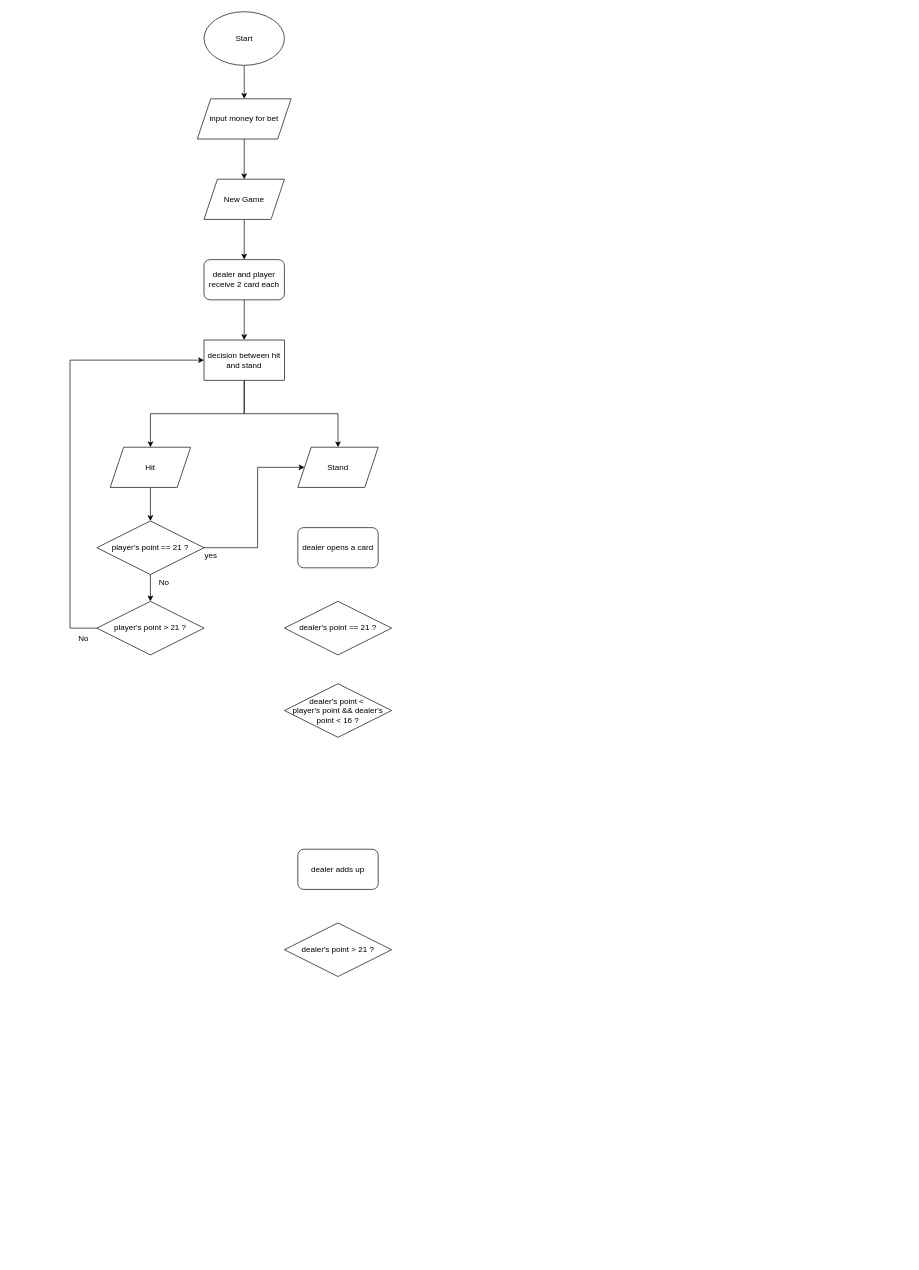
Before: Untitled Diagram.drawio in LeeLokHinBruce/BlackJack, a draw.io diagram. Source tidied: cells renumbered, new cells numbered last; positions are measured from the earlier drawing's top-left corner, leaving out a move shared by most shapes. Both pictures are drawn from the tidied source at 67%, with x=0, y=0 at pixel (70, 11).
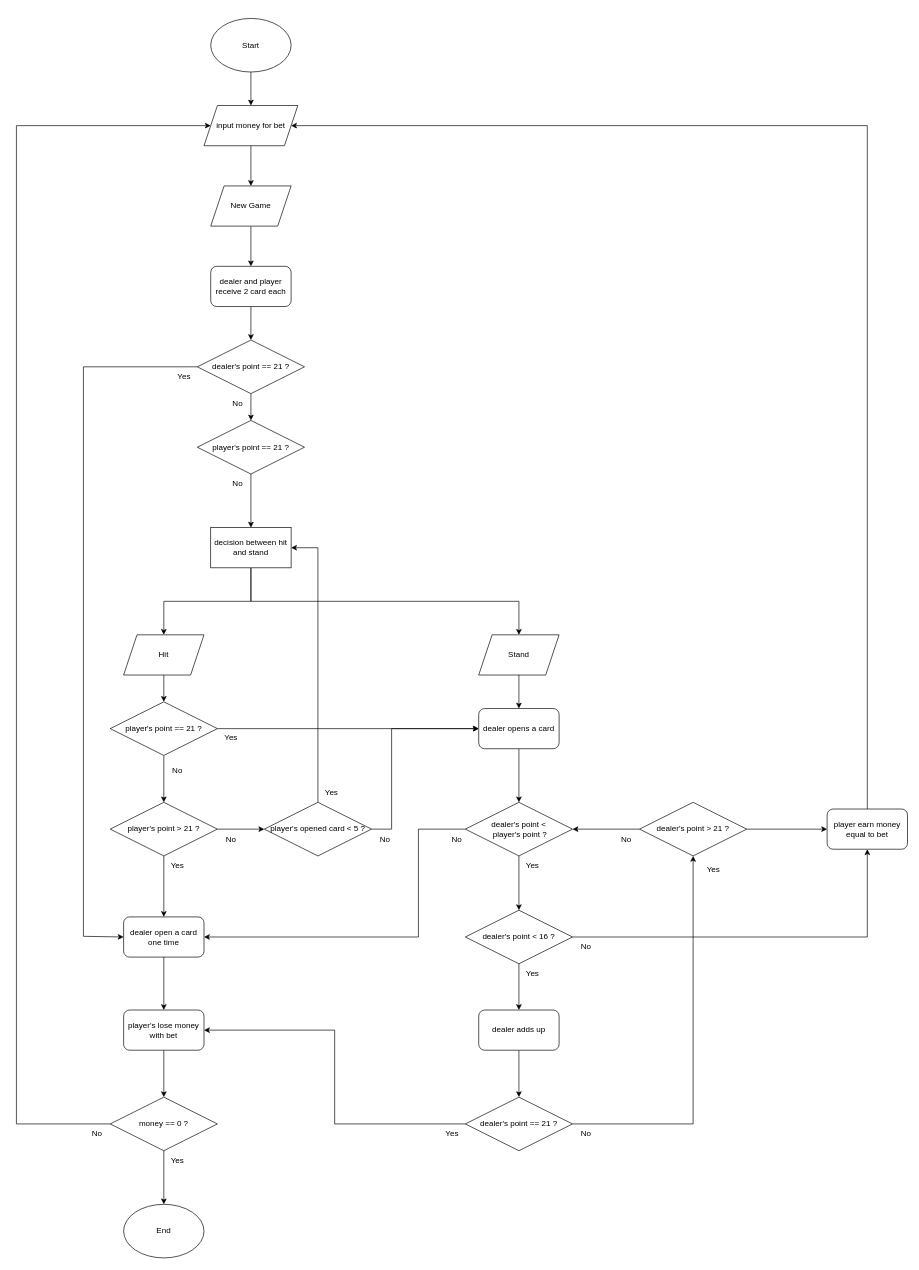
The same diagram, later.

The edit, as a diff of the source:
```diff
@@
     <mxCell id="3" value="Start" style="ellipse;whiteSpace=wrap;html=1;" parent="1" vertex="1">
-      <mxGeometry x="200" width="120" height="80" as="geometry" />
+      <mxGeometry x="210" y="10" width="120" height="80" as="geometry" />
     </mxCell>
@@
     <mxCell id="5" value="New Game" style="shape=parallelogram;perimeter=parallelogramPerimeter;whiteSpace=wrap;html=1;fixedSize=1;" parent="1" vertex="1">
-      <mxGeometry x="200" y="250" width="120" height="60" as="geometry" />
+      <mxGeometry x="210" y="260" width="120" height="60" as="geometry" />
     </mxCell>
@@
     <mxCell id="7" value="input money for bet" style="shape=parallelogram;perimeter=parallelogramPerimeter;whiteSpace=wrap;html=1;fixedSize=1;" parent="1" vertex="1">
-      <mxGeometry x="190" y="130" width="140" height="60" as="geometry" />
+      <mxGeometry x="200" y="140" width="140" height="60" as="geometry" />
     </mxCell>
-    <mxCell id="8" style="edgeStyle=orthogonalEdgeStyle;rounded=0;jettySize=auto;html=1;" parent="1" edge="1" source="9" target="25">
-      <mxGeometry relative="1" as="geometry" />
-    </mxCell>
+    <mxCell id="29" style="edgeStyle=orthogonalEdgeStyle;rounded=0;jettySize=auto;html=1;" parent="1" edge="1" source="9" target="50">
+      <mxGeometry relative="1" as="geometry" />
+    </mxCell>
     <mxCell id="9" value="dealer and player receive 2 card each" style="rounded=1;whiteSpace=wrap;html=1;" parent="1" vertex="1">
-      <mxGeometry x="200" y="370" width="120" height="60" as="geometry" />
+      <mxGeometry x="210" y="380" width="120" height="60" as="geometry" />
     </mxCell>
@@
     <mxCell id="11" value="Hit" style="shape=parallelogram;perimeter=parallelogramPerimeter;whiteSpace=wrap;html=1;fixedSize=1;" parent="1" vertex="1">
-      <mxGeometry x="60" y="650" width="120" height="60" as="geometry" />
+      <mxGeometry x="80" y="930" width="120" height="60" as="geometry" />
     </mxCell>
+    <mxCell id="30" style="edgeStyle=orthogonalEdgeStyle;rounded=0;jettySize=auto;html=1;entryX=0.5;entryY=0;entryDx=0;entryDy=0;" parent="1" edge="1" source="12" target="27">
+      <mxGeometry relative="1" as="geometry" />
+    </mxCell>
     <mxCell id="12" value="Stand" style="shape=parallelogram;perimeter=parallelogramPerimeter;whiteSpace=wrap;html=1;fixedSize=1;" parent="1" vertex="1">
-      <mxGeometry x="340" y="650" width="120" height="60" as="geometry" />
+      <mxGeometry x="610" y="930" width="120" height="60" as="geometry" />
     </mxCell>
-    <mxCell id="13" style="edgeStyle=orthogonalEdgeStyle;rounded=0;jettySize=auto;html=1;entryX=0;entryY=0.5;entryDx=0;entryDy=0;" parent="1" edge="1" source="14" target="25">
-      <mxGeometry relative="1" as="geometry">
-        <Array as="points">
-          <mxPoint y="920" />
-          <mxPoint y="520" />
-        </Array>
-      </mxGeometry>
-    </mxCell>
+    <mxCell id="31" style="edgeStyle=orthogonalEdgeStyle;rounded=0;jettySize=auto;html=1;" parent="1" edge="1" source="14" target="41">
+      <mxGeometry relative="1" as="geometry" />
+    </mxCell>
+    <mxCell id="32" style="edgeStyle=orthogonalEdgeStyle;rounded=0;jettySize=auto;html=1;" parent="1" edge="1" source="14" target="77">
+      <mxGeometry relative="1" as="geometry" />
+    </mxCell>
     <mxCell id="14" value="player's point &amp;gt; 21 ?" style="rhombus;whiteSpace=wrap;html=1;" parent="1" vertex="1">
-      <mxGeometry x="40" y="880" width="160" height="80" as="geometry" />
+      <mxGeometry x="60" y="1180" width="160" height="80" as="geometry" />
     </mxCell>
-    <mxCell id="15" style="edgeStyle=orthogonalEdgeStyle;rounded=0;jettySize=auto;html=1;entryX=0;entryY=0.5;entryDx=0;entryDy=0;" parent="1" edge="1" source="17" target="12">
-      <mxGeometry relative="1" as="geometry">
-        <Array as="points">
-          <mxPoint x="280" y="800" />
-          <mxPoint x="280" y="680" />
-        </Array>
-      </mxGeometry>
-    </mxCell>
@@
+    <mxCell id="33" style="edgeStyle=orthogonalEdgeStyle;rounded=0;jettySize=auto;html=1;entryX=0;entryY=0.5;entryDx=0;entryDy=0;" parent="1" edge="1" source="17" target="27">
+      <mxGeometry relative="1" as="geometry" />
+    </mxCell>
     <mxCell id="17" value="player's point == 21 ?" style="rhombus;whiteSpace=wrap;html=1;" parent="1" vertex="1">
-      <mxGeometry x="40" y="760" width="160" height="80" as="geometry" />
+      <mxGeometry x="60" y="1030" width="160" height="80" as="geometry" />
     </mxCell>
+    <mxCell id="34" style="edgeStyle=orthogonalEdgeStyle;rounded=0;jettySize=auto;html=1;" parent="1" edge="1" source="18" target="61">
+      <mxGeometry relative="1" as="geometry" />
+    </mxCell>
+    <mxCell id="35" style="edgeStyle=orthogonalEdgeStyle;rounded=0;jettySize=auto;html=1;entryX=0;entryY=0.5;entryDx=0;entryDy=0;" parent="1" edge="1" source="18" target="66">
+      <mxGeometry relative="1" as="geometry" />
+    </mxCell>
     <mxCell id="18" value="dealer's point &amp;gt; 21 ?" style="rhombus;whiteSpace=wrap;html=1;" parent="1" vertex="1">
-      <mxGeometry x="320" y="1360" width="160" height="80" as="geometry" />
+      <mxGeometry x="850" y="1180" width="160" height="80" as="geometry" />
     </mxCell>
+    <mxCell id="36" style="edgeStyle=orthogonalEdgeStyle;rounded=0;jettySize=auto;html=1;" parent="1" edge="1" source="19" target="70">
+      <mxGeometry relative="1" as="geometry" />
+    </mxCell>
     <mxCell id="19" value="dealer adds up" style="rounded=1;whiteSpace=wrap;html=1;" parent="1" vertex="1">
-      <mxGeometry x="340" y="1250" width="120" height="60" as="geometry" />
+      <mxGeometry x="610" y="1490" width="120" height="60" as="geometry" />
     </mxCell>
+    <mxCell id="37" style="edgeStyle=orthogonalEdgeStyle;rounded=0;jettySize=auto;html=1;" parent="1" edge="1" source="20" target="19">
+      <mxGeometry relative="1" as="geometry" />
+    </mxCell>
+    <mxCell id="38" style="edgeStyle=orthogonalEdgeStyle;rounded=0;jettySize=auto;html=1;entryX=0.5;entryY=1;entryDx=0;entryDy=0;" parent="1" edge="1" source="20" target="66">
+      <mxGeometry relative="1" as="geometry" />
+    </mxCell>
-    <mxCell id="20" value="dealer's point &amp;lt;&amp;nbsp;&lt;br&gt;player's point &amp;amp;&amp;amp; dealer's point &amp;lt;&amp;nbsp;16 ?" style="rhombus;whiteSpace=wrap;html=1;" parent="1" vertex="1">
-      <mxGeometry x="320" y="1003" width="160" height="80" as="geometry" />
+    <mxCell id="20" value="dealer's point &amp;lt;&amp;nbsp;16 ?" style="rhombus;whiteSpace=wrap;html=1;" parent="1" vertex="1">
+      <mxGeometry x="590" y="1341" width="160" height="80" as="geometry" />
     </mxCell>
-    <mxCell id="21" value="yes" style="text;html=1;align=center;verticalAlign=middle;strokeColor=none;fillColor=none;" parent="1" vertex="1">
-      <mxGeometry x="190" y="797" width="40" height="30" as="geometry" />
-    </mxCell>
     <mxCell id="22" value="No" style="text;html=1;align=center;verticalAlign=middle;strokeColor=none;fillColor=none;" parent="1" vertex="1">
-      <mxGeometry x="120" y="837" width="40" height="30" as="geometry" />
+      <mxGeometry x="140" y="1117" width="40" height="30" as="geometry" />
     </mxCell>
@@
     <mxCell id="25" value="decision between hit and stand" style="rounded=0;whiteSpace=wrap;html=1;" parent="1" vertex="1">
-      <mxGeometry x="200" y="490" width="120" height="60" as="geometry" />
+      <mxGeometry x="210" y="770" width="120" height="60" as="geometry" />
     </mxCell>
+    <mxCell id="39" style="edgeStyle=orthogonalEdgeStyle;rounded=0;jettySize=auto;html=1;" parent="1" edge="1" source="27" target="61">
+      <mxGeometry relative="1" as="geometry" />
+    </mxCell>
+    <mxCell id="27" value="dealer opens a card" style="rounded=1;whiteSpace=wrap;html=1;" parent="1" vertex="1">
+      <mxGeometry x="610" y="1040" width="120" height="60" as="geometry" />
+    </mxCell>
+    <mxCell id="40" style="edgeStyle=orthogonalEdgeStyle;rounded=0;jettySize=auto;html=1;" parent="1" edge="1" source="41" target="47">
+      <mxGeometry relative="1" as="geometry" />
+    </mxCell>
+    <mxCell id="41" value="dealer open a card one time" style="rounded=1;whiteSpace=wrap;html=1;" parent="1" vertex="1">
+      <mxGeometry x="80" y="1351" width="120" height="60" as="geometry" />
+    </mxCell>
+    <mxCell id="42" value="End" style="ellipse;whiteSpace=wrap;html=1;" parent="1" vertex="1">
+      <mxGeometry x="80" y="1780" width="120" height="80" as="geometry" />
+    </mxCell>
+    <mxCell id="43" style="edgeStyle=orthogonalEdgeStyle;rounded=0;jettySize=auto;html=1;" parent="1" edge="1" source="45" target="42">
+      <mxGeometry relative="1" as="geometry" />
+    </mxCell>
+    <mxCell id="44" style="edgeStyle=orthogonalEdgeStyle;rounded=0;jettySize=auto;html=1;entryX=0;entryY=0.5;entryDx=0;entryDy=0;" parent="1" edge="1" source="45" target="7">
+      <mxGeometry relative="1" as="geometry">
+        <Array as="points">
+          <mxPoint x="-80" y="1660" />
+          <mxPoint x="-80" y="170" />
+        </Array>
+      </mxGeometry>
+    </mxCell>
+    <mxCell id="45" value="money == 0 ?" style="rhombus;whiteSpace=wrap;html=1;" parent="1" vertex="1">
+      <mxGeometry x="60" y="1620" width="160" height="80" as="geometry" />
+    </mxCell>
+    <mxCell id="46" style="edgeStyle=orthogonalEdgeStyle;rounded=0;jettySize=auto;html=1;" parent="1" edge="1" source="47" target="45">
+      <mxGeometry relative="1" as="geometry" />
+    </mxCell>
+    <mxCell id="47" value="player's lose money with bet" style="rounded=1;whiteSpace=wrap;html=1;" parent="1" vertex="1">
+      <mxGeometry x="80" y="1490" width="120" height="60" as="geometry" />
+    </mxCell>
+    <mxCell id="48" style="edgeStyle=orthogonalEdgeStyle;rounded=0;jettySize=auto;html=1;entryX=0;entryY=0.5;entryDx=0;entryDy=0;" parent="1" edge="1" source="50" target="41">
+      <mxGeometry relative="1" as="geometry">
+        <Array as="points">
+          <mxPoint x="20" y="530" />
+          <mxPoint x="20" y="1380" />
+          <mxPoint x="80" y="1380" />
+        </Array>
+      </mxGeometry>
+    </mxCell>
+    <mxCell id="49" style="edgeStyle=orthogonalEdgeStyle;rounded=0;jettySize=auto;html=1;" parent="1" edge="1" source="50" target="52">
+      <mxGeometry relative="1" as="geometry" />
+    </mxCell>
+    <mxCell id="50" value="dealer's point == 21 ?" style="rhombus;whiteSpace=wrap;html=1;" parent="1" vertex="1">
+      <mxGeometry x="190" y="490" width="160" height="80" as="geometry" />
+    </mxCell>
+    <mxCell id="51" style="edgeStyle=orthogonalEdgeStyle;rounded=0;jettySize=auto;html=1;" parent="1" edge="1" source="52" target="25">
+      <mxGeometry relative="1" as="geometry" />
+    </mxCell>
+    <mxCell id="52" value="player's point == 21 ?" style="rhombus;whiteSpace=wrap;html=1;" parent="1" vertex="1">
+      <mxGeometry x="190" y="610" width="160" height="80" as="geometry" />
+    </mxCell>
+    <mxCell id="53" value="Yes" style="text;html=1;align=center;verticalAlign=middle;strokeColor=none;fillColor=none;" parent="1" vertex="1">
+      <mxGeometry x="150" y="530" width="40" height="30" as="geometry" />
+    </mxCell>
+    <mxCell id="54" value="No" style="text;html=1;align=center;verticalAlign=middle;strokeColor=none;fillColor=none;" parent="1" vertex="1">
+      <mxGeometry x="230" y="690" width="40" height="30" as="geometry" />
+    </mxCell>
+    <mxCell id="55" value="No" style="text;html=1;align=center;verticalAlign=middle;strokeColor=none;fillColor=none;" parent="1" vertex="1">
+      <mxGeometry x="230" y="570" width="40" height="30" as="geometry" />
+    </mxCell>
+    <mxCell id="56" value="Yes" style="text;html=1;align=center;verticalAlign=middle;strokeColor=none;fillColor=none;" parent="1" vertex="1">
+      <mxGeometry x="140" y="1260" width="40" height="30" as="geometry" />
+    </mxCell>
     <mxCell id="26" value="No" style="text;html=1;align=center;verticalAlign=middle;strokeColor=none;fillColor=none;" parent="1" vertex="1">
-      <mxGeometry y="920" width="40" height="30" as="geometry" />
+      <mxGeometry x="220" y="1220" width="40" height="30" as="geometry" />
     </mxCell>
-    <mxCell id="27" value="dealer opens a card" style="rounded=1;whiteSpace=wrap;html=1;" parent="1" vertex="1">
-      <mxGeometry x="340" y="770" width="120" height="60" as="geometry" />
-    </mxCell>
-    <mxCell id="28" value="dealer's point == 21 ?" style="rhombus;whiteSpace=wrap;html=1;" parent="1" vertex="1">
-      <mxGeometry x="320" y="880" width="160" height="80" as="geometry" />
-    </mxCell>
+    <mxCell id="57" value="No" style="text;html=1;align=center;verticalAlign=middle;strokeColor=none;fillColor=none;" parent="1" vertex="1">
+      <mxGeometry x="20" y="1660" width="40" height="30" as="geometry" />
+    </mxCell>
+    <mxCell id="58" value="Yes" style="text;html=1;align=center;verticalAlign=middle;strokeColor=none;fillColor=none;" parent="1" vertex="1">
+      <mxGeometry x="140" y="1700" width="40" height="30" as="geometry" />
+    </mxCell>
+    <mxCell id="59" style="edgeStyle=orthogonalEdgeStyle;rounded=0;jettySize=auto;html=1;" parent="1" edge="1" source="61" target="20">
+      <mxGeometry relative="1" as="geometry" />
+    </mxCell>
+    <mxCell id="60" style="edgeStyle=orthogonalEdgeStyle;rounded=0;jettySize=auto;html=1;entryX=1;entryY=0.5;entryDx=0;entryDy=0;" parent="1" edge="1" source="61" target="41">
+      <mxGeometry relative="1" as="geometry">
+        <Array as="points">
+          <mxPoint x="520" y="1220" />
+          <mxPoint x="520" y="1381" />
+        </Array>
+      </mxGeometry>
+    </mxCell>
+    <mxCell id="61" value="dealer's point &amp;lt;&lt;br&gt;&amp;nbsp;player's point ?" style="rhombus;whiteSpace=wrap;html=1;" parent="1" vertex="1">
+      <mxGeometry x="590" y="1180" width="160" height="80" as="geometry" />
+    </mxCell>
+    <mxCell id="62" value="No" style="text;html=1;align=center;verticalAlign=middle;strokeColor=none;fillColor=none;" parent="1" vertex="1">
+      <mxGeometry x="557" y="1220" width="40" height="30" as="geometry" />
+    </mxCell>
+    <mxCell id="63" value="Yes" style="text;html=1;align=center;verticalAlign=middle;strokeColor=none;fillColor=none;" parent="1" vertex="1">
+      <mxGeometry x="670" y="1260" width="40" height="30" as="geometry" />
+    </mxCell>
+    <mxCell id="64" value="Yes" style="text;html=1;align=center;verticalAlign=middle;strokeColor=none;fillColor=none;" parent="1" vertex="1">
+      <mxGeometry x="670" y="1421" width="40" height="30" as="geometry" />
+    </mxCell>
+    <mxCell id="65" style="edgeStyle=orthogonalEdgeStyle;rounded=0;jettySize=auto;html=1;entryX=1;entryY=0.5;entryDx=0;entryDy=0;" parent="1" edge="1" source="66" target="7">
+      <mxGeometry relative="1" as="geometry">
+        <Array as="points">
+          <mxPoint x="1190" y="170" />
+        </Array>
+      </mxGeometry>
+    </mxCell>
+    <mxCell id="66" value="player earn money equal to bet" style="rounded=1;whiteSpace=wrap;html=1;" parent="1" vertex="1">
+      <mxGeometry x="1130" y="1190" width="120" height="60" as="geometry" />
+    </mxCell>
+    <mxCell id="67" style="edgeStyle=orthogonalEdgeStyle;rounded=0;orthogonalLoop=1;jettySize=auto;html=1;entryX=0.5;entryY=1;entryDx=0;entryDy=0;" parent="1" edge="1">
+      <mxGeometry relative="1" as="geometry">
+        <mxPoint x="1" y="310" as="targetPoint" />
+      </mxGeometry>
+    </mxCell>
+    <mxCell id="68" style="edgeStyle=orthogonalEdgeStyle;rounded=0;jettySize=auto;html=1;entryX=1;entryY=0.5;entryDx=0;entryDy=0;" parent="1" edge="1" source="70" target="47">
+      <mxGeometry relative="1" as="geometry" />
+    </mxCell>
+    <mxCell id="69" style="edgeStyle=orthogonalEdgeStyle;rounded=0;jettySize=auto;html=1;entryX=0.5;entryY=1;entryDx=0;entryDy=0;" parent="1" edge="1" source="70" target="18">
+      <mxGeometry relative="1" as="geometry" />
+    </mxCell>
+    <mxCell id="70" value="dealer's point == 21 ?" style="rhombus;whiteSpace=wrap;html=1;" parent="1" vertex="1">
+      <mxGeometry x="590" y="1620" width="160" height="80" as="geometry" />
+    </mxCell>
+    <mxCell id="71" value="Yes" style="text;html=1;align=center;verticalAlign=middle;strokeColor=none;fillColor=none;" parent="1" vertex="1">
+      <mxGeometry x="220" y="1069" width="40" height="30" as="geometry" />
+    </mxCell>
+    <mxCell id="72" value="Yes" style="text;html=1;align=center;verticalAlign=middle;strokeColor=none;fillColor=none;" parent="1" vertex="1">
+      <mxGeometry x="550" y="1660" width="40" height="30" as="geometry" />
+    </mxCell>
+    <mxCell id="73" value="No" style="text;html=1;align=center;verticalAlign=middle;strokeColor=none;fillColor=none;" parent="1" vertex="1">
+      <mxGeometry x="750" y="1660" width="40" height="30" as="geometry" />
+    </mxCell>
+    <mxCell id="74" value="No" style="text;html=1;align=center;verticalAlign=middle;strokeColor=none;fillColor=none;" parent="1" vertex="1">
+      <mxGeometry x="810" y="1220" width="40" height="30" as="geometry" />
+    </mxCell>
+    <mxCell id="75" style="edgeStyle=orthogonalEdgeStyle;rounded=0;jettySize=auto;html=1;entryX=0;entryY=0.5;entryDx=0;entryDy=0;" parent="1" edge="1" source="77" target="27">
+      <mxGeometry relative="1" as="geometry">
+        <Array as="points">
+          <mxPoint x="480" y="1220" />
+          <mxPoint x="480" y="1070" />
+        </Array>
+      </mxGeometry>
+    </mxCell>
+    <mxCell id="76" style="edgeStyle=orthogonalEdgeStyle;rounded=0;jettySize=auto;html=1;entryX=1;entryY=0.5;entryDx=0;entryDy=0;" parent="1" edge="1" source="77" target="25">
+      <mxGeometry relative="1" as="geometry" />
+    </mxCell>
+    <mxCell id="77" value="player's opened card &amp;lt; 5 ?" style="rhombus;whiteSpace=wrap;html=1;" parent="1" vertex="1">
+      <mxGeometry x="290" y="1180" width="160" height="80" as="geometry" />
+    </mxCell>
+    <mxCell id="78" value="No" style="text;html=1;align=center;verticalAlign=middle;strokeColor=none;fillColor=none;" parent="1" vertex="1">
+      <mxGeometry x="450" y="1220" width="40" height="30" as="geometry" />
+    </mxCell>
+    <mxCell id="79" value="Yes" style="text;html=1;align=center;verticalAlign=middle;strokeColor=none;fillColor=none;" parent="1" vertex="1">
+      <mxGeometry x="370" y="1150" width="40" height="30" as="geometry" />
+    </mxCell>
+    <mxCell id="80" value="Yes" style="text;html=1;align=center;verticalAlign=middle;strokeColor=none;fillColor=none;" parent="1" vertex="1">
+      <mxGeometry x="940" y="1265" width="40" height="30" as="geometry" />
+    </mxCell>
+    <mxCell id="81" value="No" style="text;html=1;align=center;verticalAlign=middle;strokeColor=none;fillColor=none;" parent="1" vertex="1">
+      <mxGeometry x="750" y="1381" width="40" height="30" as="geometry" />
+    </mxCell>
```
